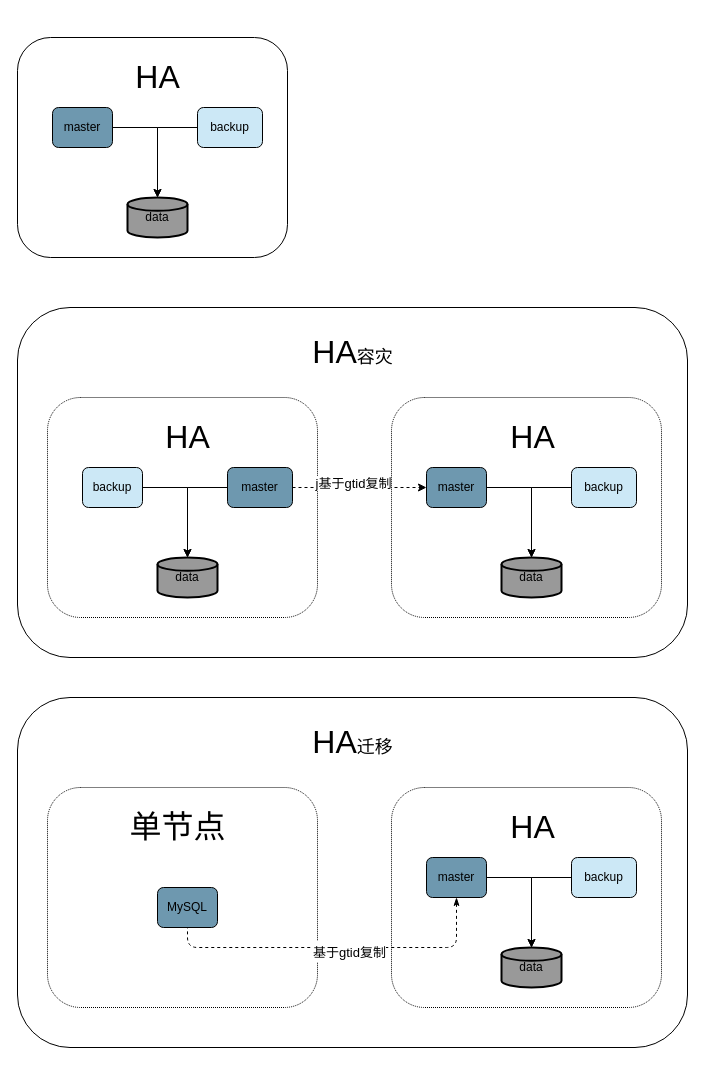
Before: page "MySQL-HA" (1 of 7) of dbscan/dbscan.drawio in maopashui/drawio, a draw.io diagram. Source tidied: cells renumbered, new cells numbered last; positions are measured from the earlier drawing's top-left corner, leaving out a move shared by most shapes. Both pictures are drawn from the tidied source at 100%, with x=0, y=0 at pixel (17, 17).
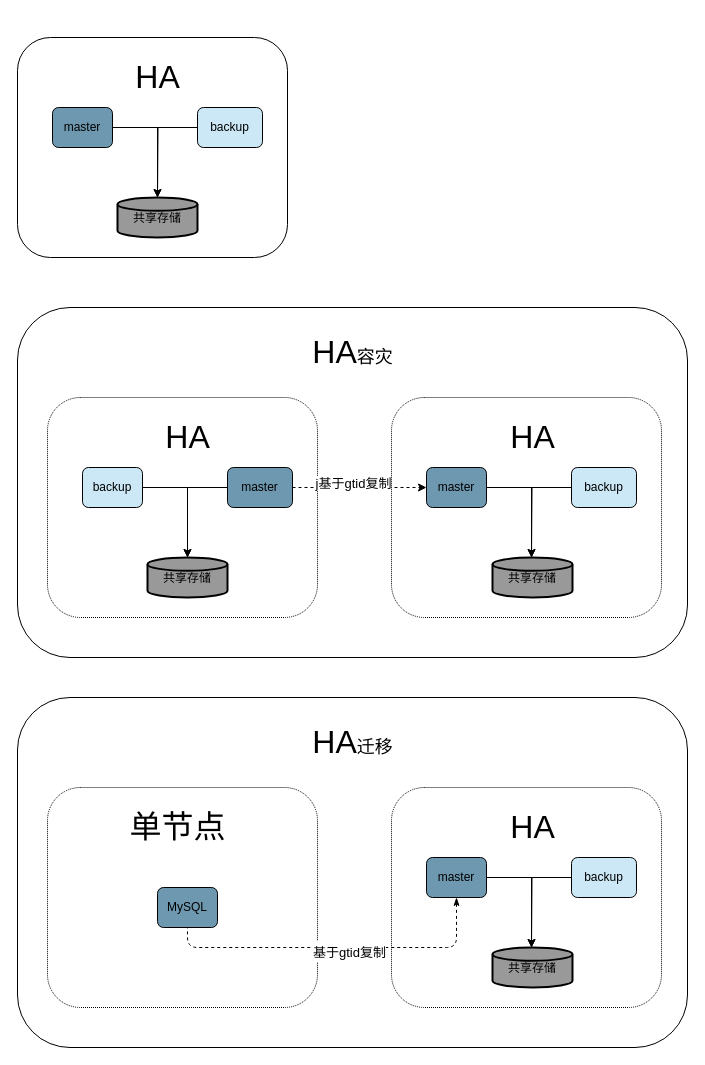
The same diagram, later.

The change refers to these unchanged cells:
```xml
<mxCell id="5" value="master" style="rounded=1;whiteSpace=wrap;html=1;glass=0;fillColor=#6E98AF;" parent="1" vertex="1">
  <mxGeometry x="35" y="90" width="60" height="40" as="geometry" />
</mxCell>
<mxCell id="7" value="backup" style="rounded=1;whiteSpace=wrap;html=1;glass=0;fillColor=#CCE8F6;" parent="1" vertex="1">
  <mxGeometry x="180" y="90" width="65" height="40" as="geometry" />
</mxCell>
<mxCell id="22" value="master" style="rounded=1;whiteSpace=wrap;html=1;glass=0;fillColor=#6E98AF;" parent="1" vertex="1">
  <mxGeometry x="409" y="450" width="60" height="40" as="geometry" />
</mxCell>
<mxCell id="24" value="backup" style="rounded=1;whiteSpace=wrap;html=1;glass=0;fillColor=#CCE8F6;" parent="1" vertex="1">
  <mxGeometry x="554" y="450" width="65" height="40" as="geometry" />
</mxCell>
<mxCell id="36" value="master" style="rounded=1;whiteSpace=wrap;html=1;glass=0;fillColor=#6E98AF;" parent="1" vertex="1">
  <mxGeometry x="409" y="840" width="60" height="40" as="geometry" />
</mxCell>
<mxCell id="38" value="backup" style="rounded=1;whiteSpace=wrap;html=1;glass=0;fillColor=#CCE8F6;" parent="1" vertex="1">
  <mxGeometry x="554" y="840" width="65" height="40" as="geometry" />
</mxCell>
```

The edit, as a diff of the source:
```diff
@@
-    <mxCell id="3" value="data" style="strokeWidth=2;html=1;shape=mxgraph.flowchart.database;whiteSpace=wrap;rounded=1;glass=0;fillColor=#999999;" parent="1" vertex="1">
-      <mxGeometry x="110" y="180" width="60" height="40" as="geometry" />
-    </mxCell>
-    <mxCell id="4" style="edgeStyle=orthogonalEdgeStyle;rounded=0;jettySize=auto;html=1;entryX=0.5;entryY=0;entryDx=0;entryDy=0;entryPerimeter=0;" parent="1" edge="1" source="5" target="3">
-      <mxGeometry relative="1" as="geometry" />
+    <mxCell id="4" style="edgeStyle=orthogonalEdgeStyle;rounded=0;jettySize=auto;html=1;entryX=0.5;entryY=0;entryDx=0;entryDy=0;entryPerimeter=0;" parent="1" edge="1" source="5">
+      <mxGeometry relative="1" as="geometry">
+        <mxPoint x="140" y="180" as="targetPoint" />
+      </mxGeometry>
     </mxCell>
@@
-    <mxCell id="6" style="edgeStyle=orthogonalEdgeStyle;rounded=0;jettySize=auto;html=1;" parent="1" edge="1" source="7" target="3">
+    <mxCell id="6" style="edgeStyle=orthogonalEdgeStyle;rounded=0;jettySize=auto;html=1;" parent="1" edge="1" source="7">
       <mxGeometry relative="1" as="geometry">
+        <mxPoint x="140" y="180" as="targetPoint" />
         <Array as="points">
           <mxPoint x="140" y="110" />
         </Array>
       </mxGeometry>
     </mxCell>
@@
-    <mxCell id="11" value="data" style="strokeWidth=2;html=1;shape=mxgraph.flowchart.database;whiteSpace=wrap;rounded=1;glass=0;fillColor=#999999;" parent="1" vertex="1">
-      <mxGeometry x="140" y="540" width="60" height="40" as="geometry" />
+    <mxCell id="11" value="&lt;p style=&quot;line-height: 0;&quot;&gt;共享存储&lt;/p&gt;" style="strokeWidth=2;html=1;shape=mxgraph.flowchart.database;whiteSpace=wrap;rounded=1;glass=0;fillColor=#999999;" parent="1" vertex="1">
+      <mxGeometry x="130" y="540" width="80" height="40" as="geometry" />
     </mxCell>
@@
-    <mxCell id="20" value="data" style="strokeWidth=2;html=1;shape=mxgraph.flowchart.database;whiteSpace=wrap;rounded=1;glass=0;fillColor=#999999;" parent="1" vertex="1">
-      <mxGeometry x="484" y="540" width="60" height="40" as="geometry" />
-    </mxCell>
-    <mxCell id="21" style="edgeStyle=orthogonalEdgeStyle;rounded=0;jettySize=auto;html=1;entryX=0.5;entryY=0;entryDx=0;entryDy=0;entryPerimeter=0;" parent="1" edge="1" source="22" target="20">
-      <mxGeometry relative="1" as="geometry" />
+    <mxCell id="21" style="edgeStyle=orthogonalEdgeStyle;rounded=0;jettySize=auto;html=1;entryX=0.5;entryY=0;entryDx=0;entryDy=0;entryPerimeter=0;" parent="1" edge="1" source="22">
+      <mxGeometry relative="1" as="geometry">
+        <mxPoint x="514" y="540" as="targetPoint" />
+      </mxGeometry>
     </mxCell>
@@
-    <mxCell id="23" style="edgeStyle=orthogonalEdgeStyle;rounded=0;jettySize=auto;html=1;" parent="1" edge="1" source="24" target="20">
+    <mxCell id="23" style="edgeStyle=orthogonalEdgeStyle;rounded=0;jettySize=auto;html=1;" parent="1" edge="1" source="24">
       <mxGeometry relative="1" as="geometry">
+        <mxPoint x="514" y="540" as="targetPoint" />
         <Array as="points">
           <mxPoint x="514" y="470" />
         </Array>
       </mxGeometry>
     </mxCell>
@@
-    <mxCell id="32" value="data" style="strokeWidth=2;html=1;shape=mxgraph.flowchart.database;whiteSpace=wrap;rounded=1;glass=0;fillColor=#999999;" parent="1" vertex="1">
-      <mxGeometry x="484" y="930" width="60" height="40" as="geometry" />
-    </mxCell>
-    <mxCell id="33" style="edgeStyle=orthogonalEdgeStyle;rounded=0;jettySize=auto;html=1;entryX=0.5;entryY=0;entryDx=0;entryDy=0;entryPerimeter=0;" parent="1" edge="1" source="36" target="32">
-      <mxGeometry relative="1" as="geometry" />
+    <mxCell id="33" style="edgeStyle=orthogonalEdgeStyle;rounded=0;jettySize=auto;html=1;entryX=0.5;entryY=0;entryDx=0;entryDy=0;entryPerimeter=0;" parent="1" edge="1" source="36">
+      <mxGeometry relative="1" as="geometry">
+        <mxPoint x="514" y="930" as="targetPoint" />
+      </mxGeometry>
     </mxCell>
@@
-    <mxCell id="37" style="edgeStyle=orthogonalEdgeStyle;rounded=0;jettySize=auto;html=1;" parent="1" edge="1" source="38" target="32">
+    <mxCell id="37" style="edgeStyle=orthogonalEdgeStyle;rounded=0;jettySize=auto;html=1;" parent="1" edge="1" source="38">
       <mxGeometry relative="1" as="geometry">
+        <mxPoint x="514" y="930" as="targetPoint" />
         <Array as="points">
           <mxPoint x="514" y="860" />
         </Array>
       </mxGeometry>
     </mxCell>
@@
+    <mxCell id="41" value="&lt;p style=&quot;line-height: 0;&quot;&gt;共享存储&lt;/p&gt;" style="strokeWidth=2;html=1;shape=mxgraph.flowchart.database;whiteSpace=wrap;rounded=1;glass=0;fillColor=#999999;" parent="1" vertex="1">
+      <mxGeometry x="475" y="540" width="80" height="40" as="geometry" />
+    </mxCell>
+    <mxCell id="42" value="&lt;p style=&quot;line-height: 0;&quot;&gt;共享存储&lt;/p&gt;" style="strokeWidth=2;html=1;shape=mxgraph.flowchart.database;whiteSpace=wrap;rounded=1;glass=0;fillColor=#999999;" parent="1" vertex="1">
+      <mxGeometry x="475" y="930" width="80" height="40" as="geometry" />
+    </mxCell>
+    <mxCell id="43" value="&lt;p style=&quot;line-height: 0;&quot;&gt;共享存储&lt;/p&gt;" style="strokeWidth=2;html=1;shape=mxgraph.flowchart.database;whiteSpace=wrap;rounded=1;glass=0;fillColor=#999999;" parent="1" vertex="1">
+      <mxGeometry x="100" y="180" width="80" height="40" as="geometry" />
+    </mxCell>
```
